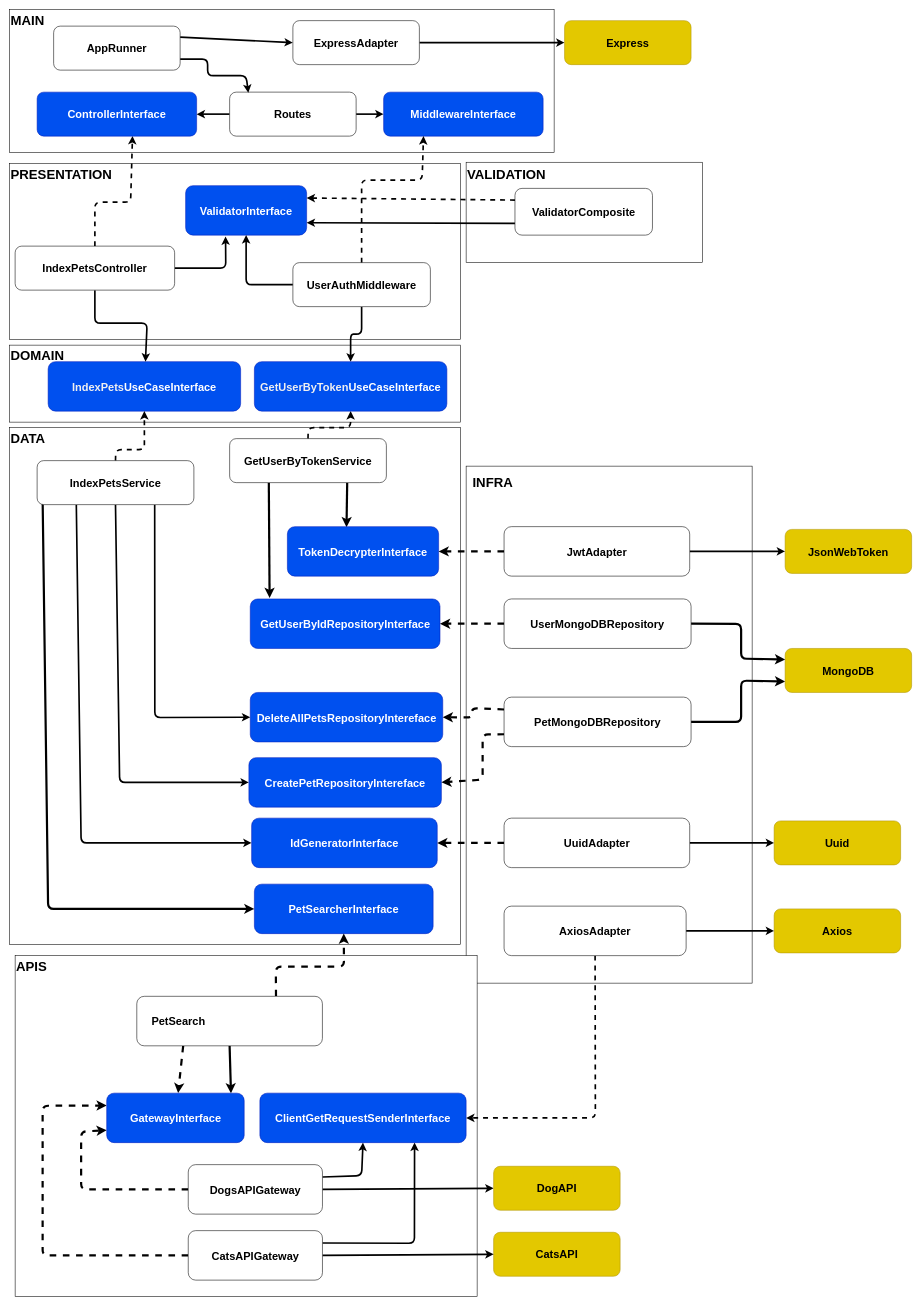
Before: diagrams/drawio/index-pets.drawio in DouglasVolcato/pet-adoption-backend, a draw.io diagram. Source tidied: cells renumbered, new cells numbered last; positions are measured from the earlier drawing's top-left corner, leaving out a move shared by most shapes. Both pictures are drawn from the tidied source at 55%, with x=0, y=0 at pixel (9, 9).
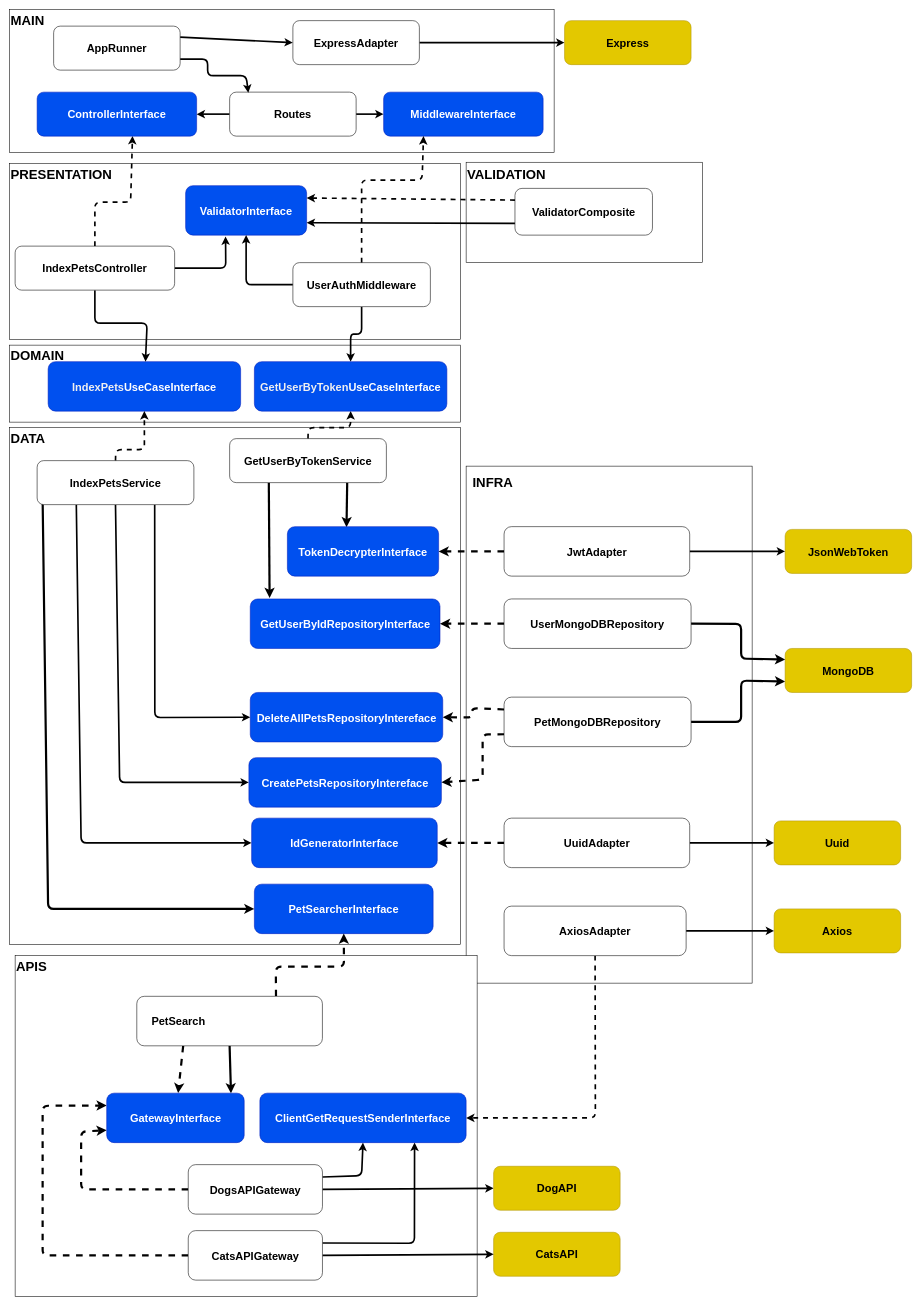
Above is the later version.

Commit message:
chore: implemet diagrams

Change to the diagram source:
```diff
@@
-    <mxCell id="30" value="CreatePetRepositoryIntereface" style="rounded=1;whiteSpace=wrap;html=1;fillColor=#0050ef;fontColor=#ffffff;strokeColor=#001DBC;fontSize=20;fontStyle=1;" parent="1" vertex="1">
+    <mxCell id="30" value="CreatePetsRepositoryIntereface" style="rounded=1;whiteSpace=wrap;html=1;fillColor=#0050ef;fontColor=#ffffff;strokeColor=#001DBC;fontSize=20;fontStyle=1;" parent="1" vertex="1">
       <mxGeometry x="435" y="1360" width="350" height="90" as="geometry" />
     </mxCell>
```
